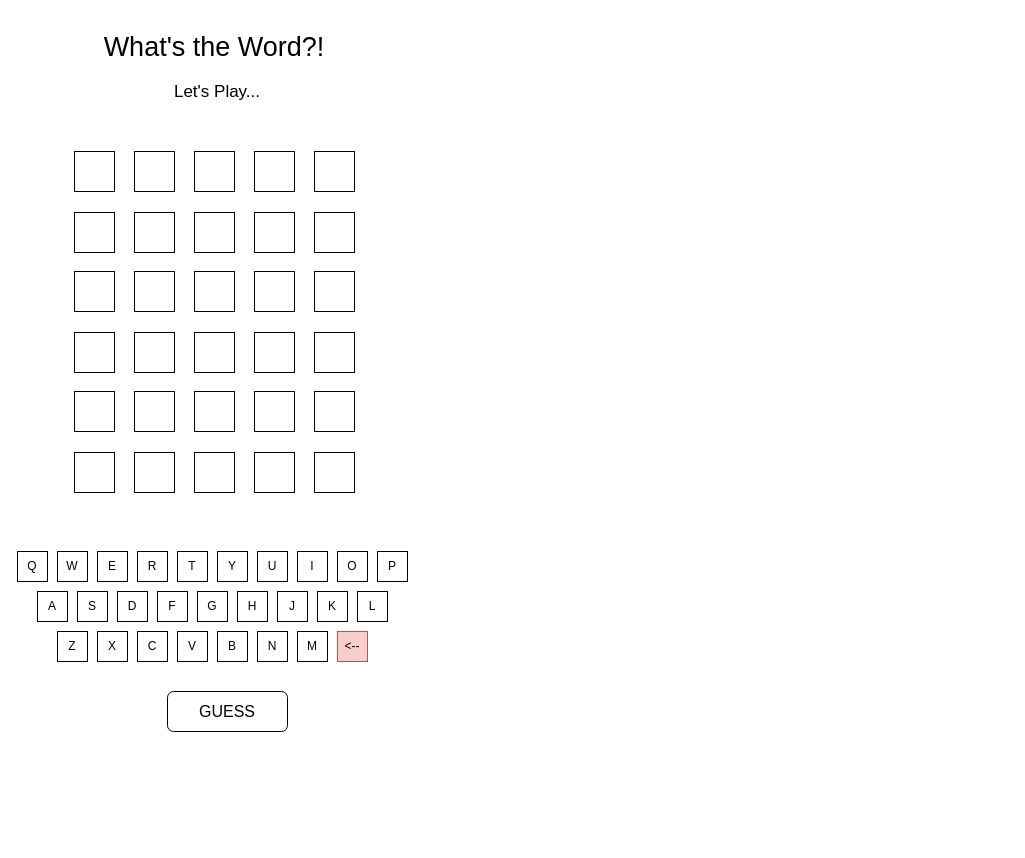
Above: wireframes/gameStart.drawio in BeccaK8/whats-the-word (draw.io), before the change. Source tidied: cells renumbered, new cells numbered last; positions are measured from the earlier drawing's top-left corner, leaving out a move shared by most shapes. Both pictures are drawn from the tidied source at 100%, with x=0, y=0 at pixel (17, 17).
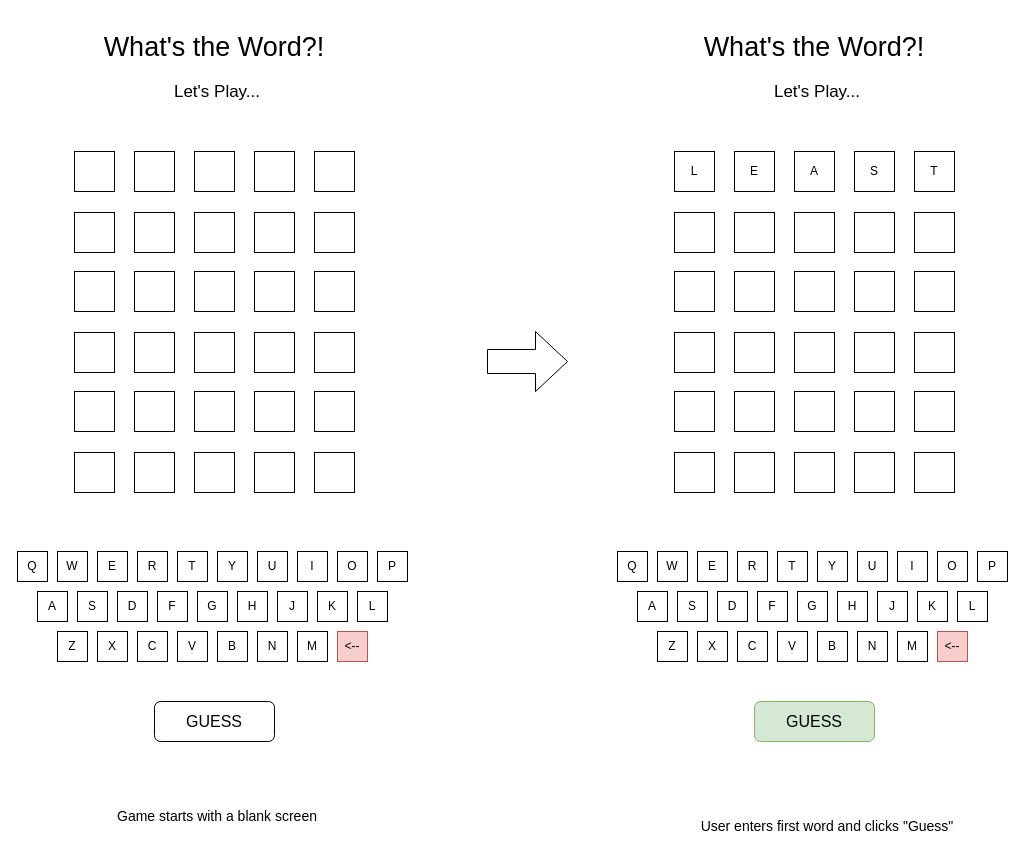
The same diagram, later.

Commit message:
update wireframe for user entering first guess

The edit, as a diff of the source:
```diff
@@
     <mxCell id="66" value="GUESS" style="rounded=1;whiteSpace=wrap;html=1;fontSize=16;" parent="1" vertex="1">
-      <mxGeometry x="150" y="674" width="120" height="40" as="geometry" />
+      <mxGeometry x="137" y="684" width="120" height="40" as="geometry" />
     </mxCell>
@@
+    <mxCell id="68" value="What's the Word?!" style="text;strokeColor=none;align=center;fillColor=none;html=1;verticalAlign=middle;whiteSpace=wrap;rounded=0;fontSize=27;" parent="1" vertex="1">
+      <mxGeometry x="672" width="250" height="60" as="geometry" />
+    </mxCell>
+    <mxCell id="69" style="whiteSpace=wrap;html=1;" parent="1" vertex="1">
+      <mxGeometry x="657" y="134" width="40" height="40" as="geometry" />
+    </mxCell>
+    <mxCell id="70" value="L" style="whiteSpace=wrap;html=1;" parent="1" vertex="1">
+      <mxGeometry x="657" y="134" width="40" height="40" as="geometry" />
+    </mxCell>
+    <mxCell id="71" value="T" style="whiteSpace=wrap;html=1;" parent="1" vertex="1">
+      <mxGeometry x="897" y="134" width="40" height="40" as="geometry" />
+    </mxCell>
+    <mxCell id="72" value="S" style="whiteSpace=wrap;html=1;" parent="1" vertex="1">
+      <mxGeometry x="837" y="134" width="40" height="40" as="geometry" />
+    </mxCell>
+    <mxCell id="73" value="A" style="whiteSpace=wrap;html=1;" parent="1" vertex="1">
+      <mxGeometry x="777" y="134" width="40" height="40" as="geometry" />
+    </mxCell>
+    <mxCell id="74" value="E" style="whiteSpace=wrap;html=1;" parent="1" vertex="1">
+      <mxGeometry x="717" y="134" width="40" height="40" as="geometry" />
+    </mxCell>
+    <mxCell id="75" style="whiteSpace=wrap;html=1;" parent="1" vertex="1">
+      <mxGeometry x="657" y="195" width="40" height="40" as="geometry" />
+    </mxCell>
+    <mxCell id="76" style="whiteSpace=wrap;html=1;" parent="1" vertex="1">
+      <mxGeometry x="657" y="195" width="40" height="40" as="geometry" />
+    </mxCell>
+    <mxCell id="77" style="whiteSpace=wrap;html=1;" parent="1" vertex="1">
+      <mxGeometry x="897" y="195" width="40" height="40" as="geometry" />
+    </mxCell>
+    <mxCell id="78" style="whiteSpace=wrap;html=1;" parent="1" vertex="1">
+      <mxGeometry x="837" y="195" width="40" height="40" as="geometry" />
+    </mxCell>
+    <mxCell id="79" style="whiteSpace=wrap;html=1;" parent="1" vertex="1">
+      <mxGeometry x="777" y="195" width="40" height="40" as="geometry" />
+    </mxCell>
+    <mxCell id="80" style="whiteSpace=wrap;html=1;" parent="1" vertex="1">
+      <mxGeometry x="717" y="195" width="40" height="40" as="geometry" />
+    </mxCell>
+    <mxCell id="81" style="whiteSpace=wrap;html=1;" parent="1" vertex="1">
+      <mxGeometry x="657" y="254" width="40" height="40" as="geometry" />
+    </mxCell>
+    <mxCell id="82" style="whiteSpace=wrap;html=1;" parent="1" vertex="1">
+      <mxGeometry x="657" y="254" width="40" height="40" as="geometry" />
+    </mxCell>
+    <mxCell id="83" style="whiteSpace=wrap;html=1;" parent="1" vertex="1">
+      <mxGeometry x="897" y="254" width="40" height="40" as="geometry" />
+    </mxCell>
+    <mxCell id="84" style="whiteSpace=wrap;html=1;" parent="1" vertex="1">
+      <mxGeometry x="837" y="254" width="40" height="40" as="geometry" />
+    </mxCell>
+    <mxCell id="85" style="whiteSpace=wrap;html=1;" parent="1" vertex="1">
+      <mxGeometry x="777" y="254" width="40" height="40" as="geometry" />
+    </mxCell>
+    <mxCell id="86" style="whiteSpace=wrap;html=1;" parent="1" vertex="1">
+      <mxGeometry x="717" y="254" width="40" height="40" as="geometry" />
+    </mxCell>
+    <mxCell id="87" style="whiteSpace=wrap;html=1;" parent="1" vertex="1">
+      <mxGeometry x="657" y="315" width="40" height="40" as="geometry" />
+    </mxCell>
+    <mxCell id="88" style="whiteSpace=wrap;html=1;" parent="1" vertex="1">
+      <mxGeometry x="657" y="315" width="40" height="40" as="geometry" />
+    </mxCell>
+    <mxCell id="89" style="whiteSpace=wrap;html=1;" parent="1" vertex="1">
+      <mxGeometry x="897" y="315" width="40" height="40" as="geometry" />
+    </mxCell>
+    <mxCell id="90" style="whiteSpace=wrap;html=1;" parent="1" vertex="1">
+      <mxGeometry x="837" y="315" width="40" height="40" as="geometry" />
+    </mxCell>
+    <mxCell id="91" style="whiteSpace=wrap;html=1;" parent="1" vertex="1">
+      <mxGeometry x="777" y="315" width="40" height="40" as="geometry" />
+    </mxCell>
+    <mxCell id="92" style="whiteSpace=wrap;html=1;" parent="1" vertex="1">
+      <mxGeometry x="717" y="315" width="40" height="40" as="geometry" />
+    </mxCell>
+    <mxCell id="93" style="whiteSpace=wrap;html=1;" parent="1" vertex="1">
+      <mxGeometry x="657" y="374" width="40" height="40" as="geometry" />
+    </mxCell>
+    <mxCell id="94" style="whiteSpace=wrap;html=1;" parent="1" vertex="1">
+      <mxGeometry x="657" y="374" width="40" height="40" as="geometry" />
+    </mxCell>
+    <mxCell id="95" style="whiteSpace=wrap;html=1;" parent="1" vertex="1">
+      <mxGeometry x="897" y="374" width="40" height="40" as="geometry" />
+    </mxCell>
+    <mxCell id="96" style="whiteSpace=wrap;html=1;" parent="1" vertex="1">
+      <mxGeometry x="837" y="374" width="40" height="40" as="geometry" />
+    </mxCell>
+    <mxCell id="97" style="whiteSpace=wrap;html=1;" parent="1" vertex="1">
+      <mxGeometry x="777" y="374" width="40" height="40" as="geometry" />
+    </mxCell>
+    <mxCell id="98" style="whiteSpace=wrap;html=1;" parent="1" vertex="1">
+      <mxGeometry x="717" y="374" width="40" height="40" as="geometry" />
+    </mxCell>
+    <mxCell id="99" style="whiteSpace=wrap;html=1;" parent="1" vertex="1">
+      <mxGeometry x="657" y="435" width="40" height="40" as="geometry" />
+    </mxCell>
+    <mxCell id="100" style="whiteSpace=wrap;html=1;" parent="1" vertex="1">
+      <mxGeometry x="657" y="435" width="40" height="40" as="geometry" />
+    </mxCell>
+    <mxCell id="101" style="whiteSpace=wrap;html=1;" parent="1" vertex="1">
+      <mxGeometry x="897" y="435" width="40" height="40" as="geometry" />
+    </mxCell>
+    <mxCell id="102" style="whiteSpace=wrap;html=1;" parent="1" vertex="1">
+      <mxGeometry x="837" y="435" width="40" height="40" as="geometry" />
+    </mxCell>
+    <mxCell id="103" style="whiteSpace=wrap;html=1;" parent="1" vertex="1">
+      <mxGeometry x="777" y="435" width="40" height="40" as="geometry" />
+    </mxCell>
+    <mxCell id="104" style="whiteSpace=wrap;html=1;" parent="1" vertex="1">
+      <mxGeometry x="717" y="435" width="40" height="40" as="geometry" />
+    </mxCell>
+    <mxCell id="105" value="Q" style="whiteSpace=wrap;html=1;" parent="1" vertex="1">
+      <mxGeometry x="600" y="534" width="30" height="30" as="geometry" />
+    </mxCell>
+    <mxCell id="106" value="W" style="whiteSpace=wrap;html=1;" parent="1" vertex="1">
+      <mxGeometry x="640" y="534" width="30" height="30" as="geometry" />
+    </mxCell>
+    <mxCell id="107" value="E" style="whiteSpace=wrap;html=1;" parent="1" vertex="1">
+      <mxGeometry x="680" y="534" width="30" height="30" as="geometry" />
+    </mxCell>
+    <mxCell id="108" value="R" style="whiteSpace=wrap;html=1;" parent="1" vertex="1">
+      <mxGeometry x="720" y="534" width="30" height="30" as="geometry" />
+    </mxCell>
+    <mxCell id="109" value="T" style="whiteSpace=wrap;html=1;" parent="1" vertex="1">
+      <mxGeometry x="760" y="534" width="30" height="30" as="geometry" />
+    </mxCell>
+    <mxCell id="110" value="Y" style="whiteSpace=wrap;html=1;" parent="1" vertex="1">
+      <mxGeometry x="800" y="534" width="30" height="30" as="geometry" />
+    </mxCell>
+    <mxCell id="111" value="U" style="whiteSpace=wrap;html=1;" parent="1" vertex="1">
+      <mxGeometry x="840" y="534" width="30" height="30" as="geometry" />
+    </mxCell>
+    <mxCell id="112" value="I" style="whiteSpace=wrap;html=1;" parent="1" vertex="1">
+      <mxGeometry x="880" y="534" width="30" height="30" as="geometry" />
+    </mxCell>
+    <mxCell id="113" value="O" style="whiteSpace=wrap;html=1;" parent="1" vertex="1">
+      <mxGeometry x="920" y="534" width="30" height="30" as="geometry" />
+    </mxCell>
+    <mxCell id="114" value="P" style="whiteSpace=wrap;html=1;" parent="1" vertex="1">
+      <mxGeometry x="960" y="534" width="30" height="30" as="geometry" />
+    </mxCell>
+    <mxCell id="115" value="A" style="whiteSpace=wrap;html=1;" parent="1" vertex="1">
+      <mxGeometry x="620" y="574" width="30" height="30" as="geometry" />
+    </mxCell>
+    <mxCell id="116" value="S" style="whiteSpace=wrap;html=1;" parent="1" vertex="1">
+      <mxGeometry x="660" y="574" width="30" height="30" as="geometry" />
+    </mxCell>
+    <mxCell id="117" value="D" style="whiteSpace=wrap;html=1;" parent="1" vertex="1">
+      <mxGeometry x="700" y="574" width="30" height="30" as="geometry" />
+    </mxCell>
+    <mxCell id="118" value="F" style="whiteSpace=wrap;html=1;" parent="1" vertex="1">
+      <mxGeometry x="740" y="574" width="30" height="30" as="geometry" />
+    </mxCell>
+    <mxCell id="119" value="G" style="whiteSpace=wrap;html=1;" parent="1" vertex="1">
+      <mxGeometry x="780" y="574" width="30" height="30" as="geometry" />
+    </mxCell>
+    <mxCell id="120" value="H" style="whiteSpace=wrap;html=1;" parent="1" vertex="1">
+      <mxGeometry x="820" y="574" width="30" height="30" as="geometry" />
+    </mxCell>
+    <mxCell id="121" value="J" style="whiteSpace=wrap;html=1;" parent="1" vertex="1">
+      <mxGeometry x="860" y="574" width="30" height="30" as="geometry" />
+    </mxCell>
+    <mxCell id="122" value="K" style="whiteSpace=wrap;html=1;" parent="1" vertex="1">
+      <mxGeometry x="900" y="574" width="30" height="30" as="geometry" />
+    </mxCell>
+    <mxCell id="123" value="L" style="whiteSpace=wrap;html=1;" parent="1" vertex="1">
+      <mxGeometry x="940" y="574" width="30" height="30" as="geometry" />
+    </mxCell>
+    <mxCell id="124" value="Z" style="whiteSpace=wrap;html=1;" parent="1" vertex="1">
+      <mxGeometry x="640" y="614" width="30" height="30" as="geometry" />
+    </mxCell>
+    <mxCell id="125" value="X" style="whiteSpace=wrap;html=1;" parent="1" vertex="1">
+      <mxGeometry x="680" y="614" width="30" height="30" as="geometry" />
+    </mxCell>
+    <mxCell id="126" value="C" style="whiteSpace=wrap;html=1;" parent="1" vertex="1">
+      <mxGeometry x="720" y="614" width="30" height="30" as="geometry" />
+    </mxCell>
+    <mxCell id="127" value="V" style="whiteSpace=wrap;html=1;" parent="1" vertex="1">
+      <mxGeometry x="760" y="614" width="30" height="30" as="geometry" />
+    </mxCell>
+    <mxCell id="128" value="B" style="whiteSpace=wrap;html=1;" parent="1" vertex="1">
+      <mxGeometry x="800" y="614" width="30" height="30" as="geometry" />
+    </mxCell>
+    <mxCell id="129" value="N" style="whiteSpace=wrap;html=1;" parent="1" vertex="1">
+      <mxGeometry x="840" y="614" width="30" height="30" as="geometry" />
+    </mxCell>
+    <mxCell id="130" value="M" style="whiteSpace=wrap;html=1;" parent="1" vertex="1">
+      <mxGeometry x="880" y="614" width="30" height="30" as="geometry" />
+    </mxCell>
+    <mxCell id="131" value="&amp;lt;--" style="whiteSpace=wrap;html=1;fillColor=#f8cecc;strokeColor=#b85450;" parent="1" vertex="1">
+      <mxGeometry x="920" y="614" width="30" height="30" as="geometry" />
+    </mxCell>
+    <mxCell id="132" value="GUESS" style="rounded=1;whiteSpace=wrap;html=1;fontSize=16;fillColor=#d5e8d4;strokeColor=#82b366;" parent="1" vertex="1">
+      <mxGeometry x="737" y="684" width="120" height="40" as="geometry" />
+    </mxCell>
+    <mxCell id="133" value="Let's Play..." style="text;strokeColor=none;align=center;fillColor=none;html=1;verticalAlign=middle;whiteSpace=wrap;rounded=0;fontSize=17;" parent="1" vertex="1">
+      <mxGeometry x="740" y="60" width="120" height="30" as="geometry" />
+    </mxCell>
+    <mxCell id="134" style="shape=singleArrow;whiteSpace=wrap;html=1;arrowWidth=0.4;arrowSize=0.4;" parent="1" vertex="1">
+      <mxGeometry x="470" y="314" width="80" height="60" as="geometry" />
+    </mxCell>
+    <mxCell id="135" value="Game starts with a blank screen" style="text;strokeColor=none;align=center;fillColor=none;html=1;verticalAlign=middle;whiteSpace=wrap;rounded=0;fontSize=14;" parent="1" vertex="1">
+      <mxGeometry x="80" y="784" width="240" height="30" as="geometry" />
+    </mxCell>
+    <mxCell id="136" value="User enters first word and clicks &quot;Guess&quot;" style="text;strokeColor=none;align=center;fillColor=none;html=1;verticalAlign=middle;whiteSpace=wrap;rounded=0;fontSize=14;" parent="1" vertex="1">
+      <mxGeometry x="670" y="794" width="280" height="30" as="geometry" />
+    </mxCell>
```
